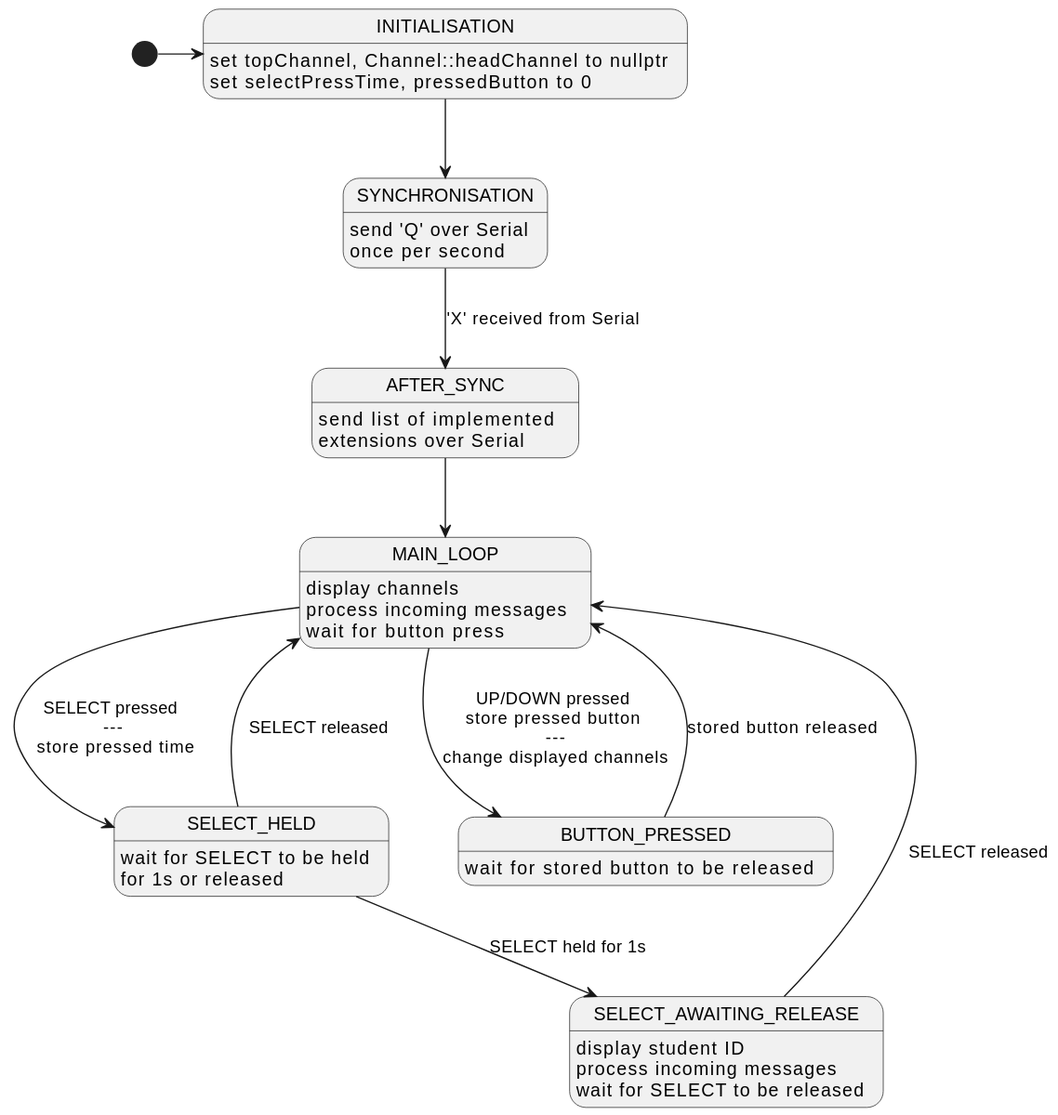
Before: doc/main_fsm.svg, a diagram exported from PlantUML (koolskateguy89/arduino_21coa202_cw).
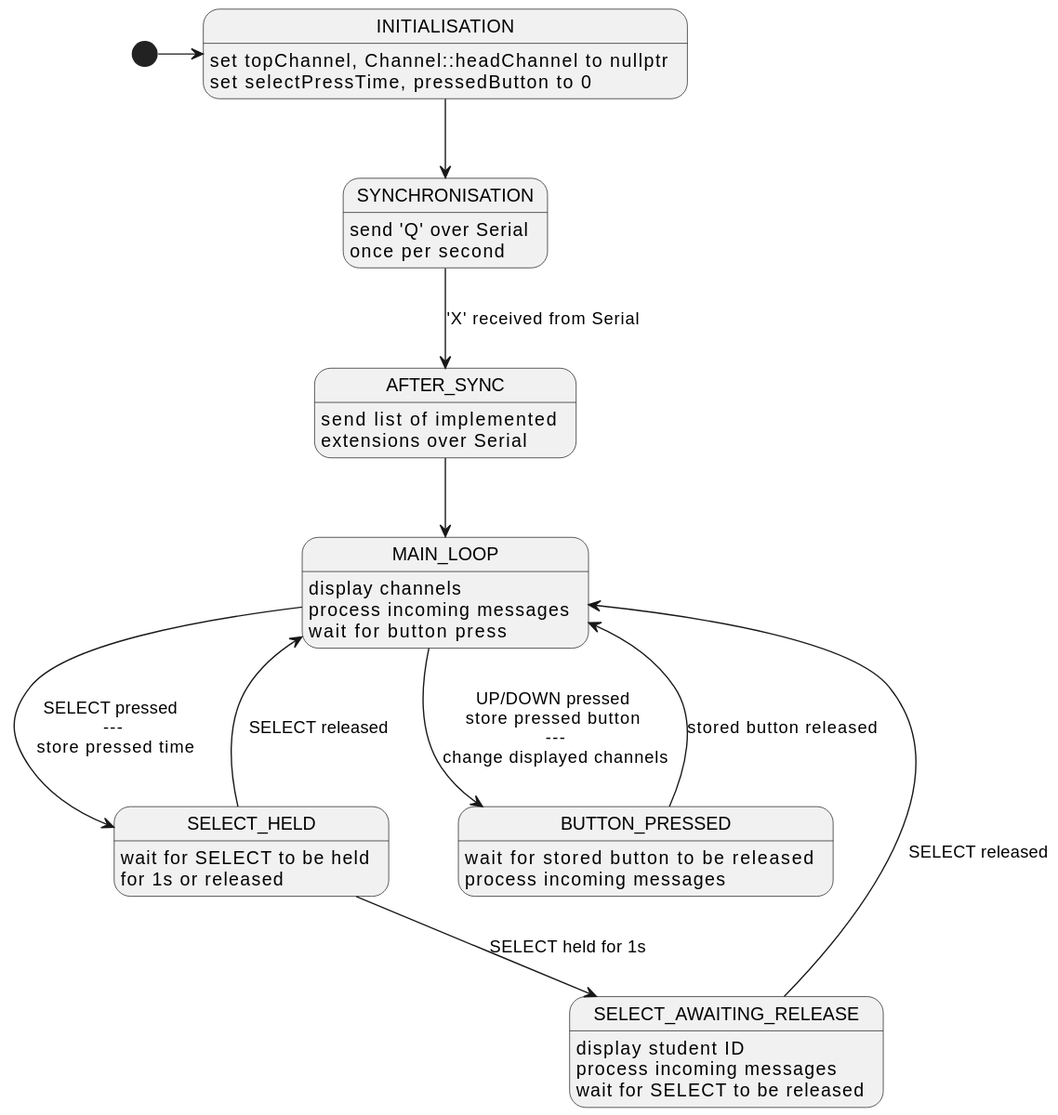
After the commit.

The edit, as a diff of the source:
```diff
@@ -3,11 +3,11 @@
 
 INITIALISATION: set topChannel, Channel::headChannel to nullptr\nset selectPressTime, pressedButton to 0
 SYNCHRONISATION: send 'Q' over Serial\nonce per second
-AFTER_SYNC: send list of implemented \nextensions over Serial
-MAIN_LOOP: display channels \nprocess incoming messages \nwait for button press
+AFTER_SYNC: send list of implemented\nextensions over Serial
+MAIN_LOOP: display channels\nprocess incoming messages\nwait for button press
 SELECT_HELD: wait for SELECT to be held\nfor 1s or released
-SELECT_AWAITING_RELEASE: display student ID \nprocess incoming messages \nwait for SELECT to be released
-BUTTON_PRESSED: wait for stored button to be released
+SELECT_AWAITING_RELEASE: display student ID\nprocess incoming messages\nwait for SELECT to be released
+BUTTON_PRESSED: wait for stored button to be released\nprocess incoming messages
 
 [*] -> INITIALISATION
 INITIALISATION --> SYNCHRONISATION
```
